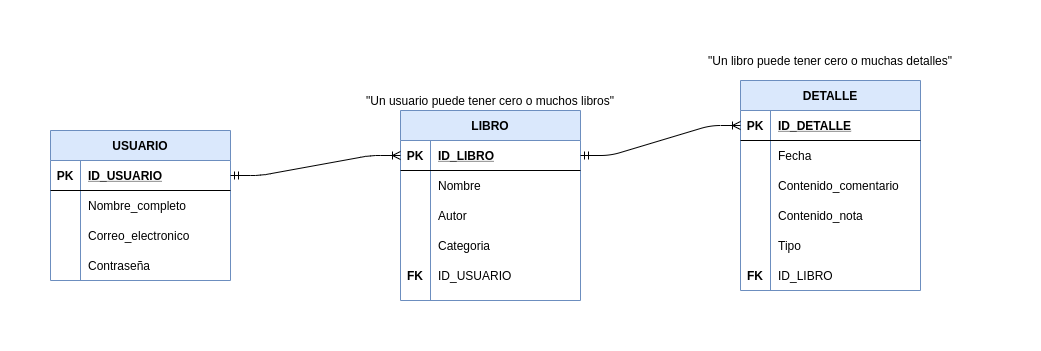
This is docs/cuadranteTres/Modelo logico PPI.png from juanrojo2/Equipo2DEM, a draw.io export, as it was before one commit. Source tidied: cells renumbered, new cells last; positions are measured from the earlier drawing's top-left corner, leaving out a move shared by most shapes. Its diagram source:
```xml
<mxGraphModel>
  <root>
    <mxCell id="0" />
    <mxCell id="1" parent="0" />
    <mxCell id="2" value="&quot;Un usuario puede tener cero o muchos libros&quot;" style="text;html=1;strokeColor=none;fillColor=none;align=center;verticalAlign=middle;whiteSpace=wrap;rounded=0;" parent="1" vertex="1">
      <mxGeometry x="275" y="40" width="330" height="20" as="geometry" />
    </mxCell>
    <mxCell id="3" value="&quot;Un libro puede tener cero o muchas detalles&quot;" style="text;html=1;strokeColor=none;fillColor=none;align=center;verticalAlign=middle;whiteSpace=wrap;rounded=0;" parent="1" vertex="1">
      <mxGeometry x="620" width="320" height="20" as="geometry" />
    </mxCell>
    <mxCell id="4" value="USUARIO" style="shape=table;startSize=30;rowLines=0;fontStyle=1;align=center;fillColor=#dae8fc;strokeColor=#6c8ebf;" parent="1" vertex="1">
      <mxGeometry y="80" width="180" height="150" as="geometry" />
    </mxCell>
    <mxCell id="5" style="shape=partialRectangle;fillColor=none;top=0;left=0;bottom=1;right=0;points=[[0,0.5],[1,0.5]];portConstraint=eastwest;" parent="4" vertex="1">
      <mxGeometry y="30" width="180" height="30" as="geometry" />
    </mxCell>
    <mxCell id="6" value="PK" style="shape=partialRectangle;fillColor=none;top=0;left=0;bottom=0;right=0;fontStyle=1;overflow=hidden;" parent="5" vertex="1">
      <mxGeometry width="30" height="30" as="geometry" />
    </mxCell>
    <mxCell id="7" value="ID_USUARIO" style="shape=partialRectangle;fillColor=none;top=0;left=0;bottom=0;right=0;align=left;spacingLeft=6;fontStyle=5;overflow=hidden;" parent="5" vertex="1">
      <mxGeometry x="30" width="150" height="30" as="geometry" />
    </mxCell>
    <mxCell id="8" style="shape=partialRectangle;fillColor=none;top=0;left=0;bottom=0;right=0;" parent="4" vertex="1">
      <mxGeometry y="60" width="180" height="30" as="geometry" />
    </mxCell>
    <mxCell id="9" style="shape=partialRectangle;fillColor=none;top=0;left=0;bottom=0;right=0;overflow=hidden;" parent="8" vertex="1">
      <mxGeometry width="30" height="30" as="geometry" />
    </mxCell>
    <mxCell id="10" value="Nombre_completo" style="shape=partialRectangle;fillColor=none;top=0;left=0;bottom=0;right=0;align=left;spacingLeft=6;overflow=hidden;" parent="8" vertex="1">
      <mxGeometry x="30" width="150" height="30" as="geometry" />
    </mxCell>
    <mxCell id="11" style="shape=partialRectangle;fillColor=none;top=0;left=0;bottom=0;right=0;" parent="4" vertex="1">
      <mxGeometry y="90" width="180" height="30" as="geometry" />
    </mxCell>
    <mxCell id="12" style="shape=partialRectangle;fillColor=none;top=0;left=0;bottom=0;right=0;overflow=hidden;" parent="11" vertex="1">
      <mxGeometry width="30" height="30" as="geometry" />
    </mxCell>
    <mxCell id="13" value="Correo_electronico" style="shape=partialRectangle;fillColor=none;top=0;left=0;bottom=0;right=0;align=left;spacingLeft=6;overflow=hidden;" parent="11" vertex="1">
      <mxGeometry x="30" width="150" height="30" as="geometry" />
    </mxCell>
    <mxCell id="14" style="shape=partialRectangle;fillColor=none;top=0;left=0;bottom=0;right=0;" parent="4" vertex="1">
      <mxGeometry y="120" width="180" height="30" as="geometry" />
    </mxCell>
    <mxCell id="15" style="shape=partialRectangle;fillColor=none;top=0;left=0;bottom=0;right=0;overflow=hidden;" parent="14" vertex="1">
      <mxGeometry width="30" height="30" as="geometry" />
    </mxCell>
    <mxCell id="16" value="Contraseña" style="shape=partialRectangle;fillColor=none;top=0;left=0;bottom=0;right=0;align=left;spacingLeft=6;overflow=hidden;" parent="14" vertex="1">
      <mxGeometry x="30" width="150" height="30" as="geometry" />
    </mxCell>
    <mxCell id="17" value="LIBRO" style="shape=table;startSize=30;rowLines=0;fontStyle=1;align=center;fillColor=#dae8fc;strokeColor=#6c8ebf;" parent="1" vertex="1">
      <mxGeometry x="350" y="60" width="180" height="190" as="geometry" />
    </mxCell>
    <mxCell id="18" style="shape=partialRectangle;fillColor=none;top=0;left=0;bottom=1;right=0;points=[[0,0.5],[1,0.5]];portConstraint=eastwest;" parent="17" vertex="1">
      <mxGeometry y="30" width="180" height="30" as="geometry" />
    </mxCell>
    <mxCell id="19" value="PK" style="shape=partialRectangle;fillColor=none;top=0;left=0;bottom=0;right=0;fontStyle=1;overflow=hidden;" parent="18" vertex="1">
      <mxGeometry width="30" height="30" as="geometry" />
    </mxCell>
    <mxCell id="20" value="ID_LIBRO" style="shape=partialRectangle;fillColor=none;top=0;left=0;bottom=0;right=0;align=left;spacingLeft=6;fontStyle=5;overflow=hidden;" parent="18" vertex="1">
      <mxGeometry x="30" width="150" height="30" as="geometry" />
    </mxCell>
    <mxCell id="21" style="shape=partialRectangle;fillColor=none;top=0;left=0;bottom=0;right=0;" parent="17" vertex="1">
      <mxGeometry y="60" width="180" height="30" as="geometry" />
    </mxCell>
    <mxCell id="22" style="shape=partialRectangle;fillColor=none;top=0;left=0;bottom=0;right=0;overflow=hidden;" parent="21" vertex="1">
      <mxGeometry width="30" height="30" as="geometry" />
    </mxCell>
    <mxCell id="23" value="Nombre" style="shape=partialRectangle;fillColor=none;top=0;left=0;bottom=0;right=0;align=left;spacingLeft=6;overflow=hidden;" parent="21" vertex="1">
      <mxGeometry x="30" width="150" height="30" as="geometry" />
    </mxCell>
    <mxCell id="24" style="shape=partialRectangle;fillColor=none;top=0;left=0;bottom=0;right=0;" parent="17" vertex="1">
      <mxGeometry y="90" width="180" height="30" as="geometry" />
    </mxCell>
    <mxCell id="25" style="shape=partialRectangle;fillColor=none;top=0;left=0;bottom=0;right=0;overflow=hidden;" parent="24" vertex="1">
      <mxGeometry width="30" height="30" as="geometry" />
    </mxCell>
    <mxCell id="26" value="Autor" style="shape=partialRectangle;fillColor=none;top=0;left=0;bottom=0;right=0;align=left;spacingLeft=6;overflow=hidden;" parent="24" vertex="1">
      <mxGeometry x="30" width="150" height="30" as="geometry" />
    </mxCell>
    <mxCell id="27" style="shape=partialRectangle;fillColor=none;top=0;left=0;bottom=0;right=0;" parent="17" vertex="1">
      <mxGeometry y="120" width="180" height="30" as="geometry" />
    </mxCell>
    <mxCell id="28" style="shape=partialRectangle;fillColor=none;top=0;left=0;bottom=0;right=0;overflow=hidden;" parent="27" vertex="1">
      <mxGeometry width="30" height="30" as="geometry" />
    </mxCell>
    <mxCell id="29" value="Categoria" style="shape=partialRectangle;fillColor=none;top=0;left=0;bottom=0;right=0;align=left;spacingLeft=6;overflow=hidden;" parent="27" vertex="1">
      <mxGeometry x="30" width="150" height="30" as="geometry" />
    </mxCell>
    <mxCell id="30" style="shape=partialRectangle;fillColor=none;top=0;left=0;bottom=0;right=0;" parent="17" vertex="1">
      <mxGeometry y="150" width="180" height="30" as="geometry" />
    </mxCell>
    <mxCell id="31" value="FK" style="shape=partialRectangle;fillColor=none;top=0;left=0;bottom=0;right=0;overflow=hidden;fontStyle=1;" parent="30" vertex="1">
      <mxGeometry width="30" height="30" as="geometry" />
    </mxCell>
    <mxCell id="32" value="ID_USUARIO" style="shape=partialRectangle;fillColor=none;top=0;left=0;bottom=0;right=0;align=left;spacingLeft=6;overflow=hidden;" parent="30" vertex="1">
      <mxGeometry x="30" width="150" height="30" as="geometry" />
    </mxCell>
    <mxCell id="33" value="DETALLE" style="shape=table;startSize=30;rowLines=0;fontStyle=1;align=center;fillColor=#dae8fc;strokeColor=#6c8ebf;" parent="1" vertex="1">
      <mxGeometry x="690" y="30" width="180" height="210" as="geometry" />
    </mxCell>
    <mxCell id="34" style="shape=partialRectangle;fillColor=none;top=0;left=0;bottom=1;right=0;points=[[0,0.5],[1,0.5]];portConstraint=eastwest;" parent="33" vertex="1">
      <mxGeometry y="30" width="180" height="30" as="geometry" />
    </mxCell>
    <mxCell id="35" value="PK" style="shape=partialRectangle;fillColor=none;top=0;left=0;bottom=0;right=0;fontStyle=1;overflow=hidden;" parent="34" vertex="1">
      <mxGeometry width="30" height="30" as="geometry" />
    </mxCell>
    <mxCell id="36" value="ID_DETALLE" style="shape=partialRectangle;fillColor=none;top=0;left=0;bottom=0;right=0;align=left;spacingLeft=6;fontStyle=5;overflow=hidden;" parent="34" vertex="1">
      <mxGeometry x="30" width="150" height="30" as="geometry" />
    </mxCell>
    <mxCell id="37" style="shape=partialRectangle;fillColor=none;top=0;left=0;bottom=0;right=0;" parent="33" vertex="1">
      <mxGeometry y="60" width="180" height="30" as="geometry" />
    </mxCell>
    <mxCell id="38" style="shape=partialRectangle;fillColor=none;top=0;left=0;bottom=0;right=0;overflow=hidden;" parent="37" vertex="1">
      <mxGeometry width="30" height="30" as="geometry" />
    </mxCell>
    <mxCell id="39" value="Fecha" style="shape=partialRectangle;fillColor=none;top=0;left=0;bottom=0;right=0;align=left;spacingLeft=6;overflow=hidden;" parent="37" vertex="1">
      <mxGeometry x="30" width="150" height="30" as="geometry" />
    </mxCell>
    <mxCell id="40" style="shape=partialRectangle;fillColor=none;top=0;left=0;bottom=0;right=0;" parent="33" vertex="1">
      <mxGeometry y="90" width="180" height="30" as="geometry" />
    </mxCell>
    <mxCell id="41" style="shape=partialRectangle;fillColor=none;top=0;left=0;bottom=0;right=0;overflow=hidden;" parent="40" vertex="1">
      <mxGeometry width="30" height="30" as="geometry" />
    </mxCell>
    <mxCell id="42" value="Contenido_comentario" style="shape=partialRectangle;fillColor=none;top=0;left=0;bottom=0;right=0;align=left;spacingLeft=6;overflow=hidden;" parent="40" vertex="1">
      <mxGeometry x="30" width="150" height="30" as="geometry" />
    </mxCell>
    <mxCell id="43" style="shape=partialRectangle;fillColor=none;top=0;left=0;bottom=0;right=0;" parent="33" vertex="1">
      <mxGeometry y="120" width="180" height="30" as="geometry" />
    </mxCell>
    <mxCell id="44" style="shape=partialRectangle;fillColor=none;top=0;left=0;bottom=0;right=0;overflow=hidden;" parent="43" vertex="1">
      <mxGeometry width="30" height="30" as="geometry" />
    </mxCell>
    <mxCell id="45" value="Contenido_nota" style="shape=partialRectangle;fillColor=none;top=0;left=0;bottom=0;right=0;align=left;spacingLeft=6;overflow=hidden;" parent="43" vertex="1">
      <mxGeometry x="30" width="150" height="30" as="geometry" />
    </mxCell>
    <mxCell id="46" style="shape=partialRectangle;fillColor=none;top=0;left=0;bottom=0;right=0;" parent="33" vertex="1">
      <mxGeometry y="150" width="180" height="30" as="geometry" />
    </mxCell>
    <mxCell id="47" style="shape=partialRectangle;fillColor=none;top=0;left=0;bottom=0;right=0;overflow=hidden;fontStyle=1;" parent="46" vertex="1">
      <mxGeometry width="30" height="30" as="geometry" />
    </mxCell>
    <mxCell id="48" value="Tipo" style="shape=partialRectangle;fillColor=none;top=0;left=0;bottom=0;right=0;align=left;spacingLeft=6;overflow=hidden;" parent="46" vertex="1">
      <mxGeometry x="30" width="150" height="30" as="geometry" />
    </mxCell>
    <mxCell id="49" style="shape=partialRectangle;fillColor=none;top=0;left=0;bottom=0;right=0;" parent="1" vertex="1">
      <mxGeometry x="690" y="210" width="180" height="30" as="geometry" />
    </mxCell>
    <mxCell id="50" value="FK" style="shape=partialRectangle;fillColor=none;top=0;left=0;bottom=0;right=0;overflow=hidden;fontStyle=1;" parent="49" vertex="1">
      <mxGeometry width="30" height="30" as="geometry" />
    </mxCell>
    <mxCell id="51" value="ID_LIBRO" style="shape=partialRectangle;fillColor=none;top=0;left=0;bottom=0;right=0;align=left;spacingLeft=6;overflow=hidden;" parent="49" vertex="1">
      <mxGeometry x="30" width="150" height="30" as="geometry" />
    </mxCell>
    <mxCell id="52" style="edgeStyle=entityRelationEdgeStyle;fontSize=12;html=1;endArrow=ERoneToMany;startArrow=ERmandOne;exitX=1;exitY=0.5;exitDx=0;exitDy=0;entryX=0;entryY=0.5;entryDx=0;entryDy=0;" parent="1" edge="1" source="5" target="18">
      <mxGeometry relative="1" as="geometry" />
    </mxCell>
    <mxCell id="53" style="edgeStyle=entityRelationEdgeStyle;fontSize=12;html=1;endArrow=ERoneToMany;startArrow=ERmandOne;exitX=1;exitY=0.5;exitDx=0;exitDy=0;entryX=0;entryY=0.5;entryDx=0;entryDy=0;" parent="1" edge="1" source="18" target="34">
      <mxGeometry relative="1" as="geometry" />
    </mxCell>
  </root>
</mxGraphModel>
```
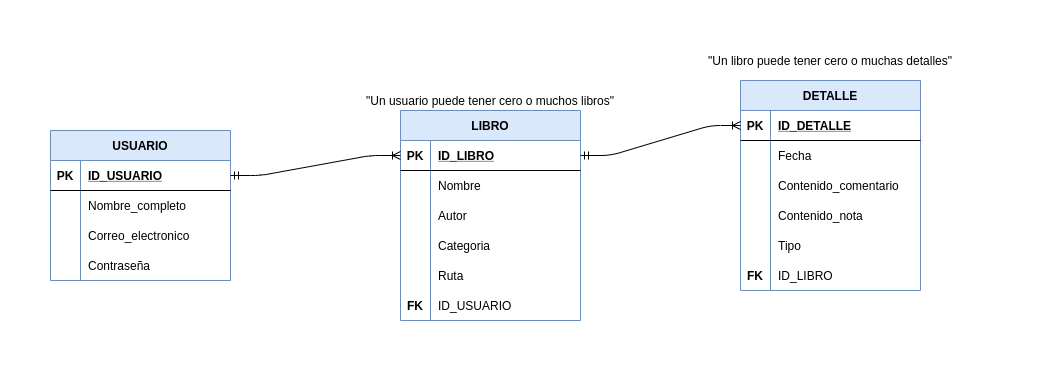
After the change.

Commit message:
Cambios menores en docs

The edit, as a diff of the source:
```diff
@@ -48,7 +48,7 @@
       <mxGeometry x="30" width="150" height="30" as="geometry" />
     </mxCell>
     <mxCell id="17" value="LIBRO" style="shape=table;startSize=30;rowLines=0;fontStyle=1;align=center;fillColor=#dae8fc;strokeColor=#6c8ebf;" parent="1" vertex="1">
-      <mxGeometry x="350" y="60" width="180" height="190" as="geometry" />
+      <mxGeometry x="350" y="60" width="180" height="210" as="geometry" />
     </mxCell>
     <mxCell id="18" style="shape=partialRectangle;fillColor=none;top=0;left=0;bottom=1;right=0;points=[[0,0.5],[1,0.5]];portConstraint=eastwest;" parent="17" vertex="1">
       <mxGeometry y="30" width="180" height="30" as="geometry" />
@@ -89,10 +89,10 @@
     <mxCell id="30" style="shape=partialRectangle;fillColor=none;top=0;left=0;bottom=0;right=0;" parent="17" vertex="1">
       <mxGeometry y="150" width="180" height="30" as="geometry" />
     </mxCell>
-    <mxCell id="31" value="FK" style="shape=partialRectangle;fillColor=none;top=0;left=0;bottom=0;right=0;overflow=hidden;fontStyle=1;" parent="30" vertex="1">
+    <mxCell id="31" style="shape=partialRectangle;fillColor=none;top=0;left=0;bottom=0;right=0;overflow=hidden;fontStyle=1;" parent="30" vertex="1">
       <mxGeometry width="30" height="30" as="geometry" />
     </mxCell>
-    <mxCell id="32" value="ID_USUARIO" style="shape=partialRectangle;fillColor=none;top=0;left=0;bottom=0;right=0;align=left;spacingLeft=6;overflow=hidden;" parent="30" vertex="1">
+    <mxCell id="32" value="Ruta" style="shape=partialRectangle;fillColor=none;top=0;left=0;bottom=0;right=0;align=left;spacingLeft=6;overflow=hidden;" parent="30" vertex="1">
       <mxGeometry x="30" width="150" height="30" as="geometry" />
     </mxCell>
     <mxCell id="33" value="DETALLE" style="shape=table;startSize=30;rowLines=0;fontStyle=1;align=center;fillColor=#dae8fc;strokeColor=#6c8ebf;" parent="1" vertex="1">
@@ -158,5 +158,14 @@
     <mxCell id="53" style="edgeStyle=entityRelationEdgeStyle;fontSize=12;html=1;endArrow=ERoneToMany;startArrow=ERmandOne;exitX=1;exitY=0.5;exitDx=0;exitDy=0;entryX=0;entryY=0.5;entryDx=0;entryDy=0;" parent="1" edge="1" source="18" target="34">
       <mxGeometry relative="1" as="geometry" />
     </mxCell>
+    <mxCell id="54" style="shape=partialRectangle;fillColor=none;top=0;left=0;bottom=0;right=0;" parent="1" vertex="1">
+      <mxGeometry x="350" y="240" width="180" height="30" as="geometry" />
+    </mxCell>
+    <mxCell id="55" value="FK" style="shape=partialRectangle;fillColor=none;top=0;left=0;bottom=0;right=0;overflow=hidden;fontStyle=1;" parent="54" vertex="1">
+      <mxGeometry width="30" height="30" as="geometry" />
+    </mxCell>
+    <mxCell id="56" value="ID_USUARIO" style="shape=partialRectangle;fillColor=none;top=0;left=0;bottom=0;right=0;align=left;spacingLeft=6;overflow=hidden;" parent="54" vertex="1">
+      <mxGeometry x="30" width="150" height="30" as="geometry" />
+    </mxCell>
   </root>
 </mxGraphModel>
```
